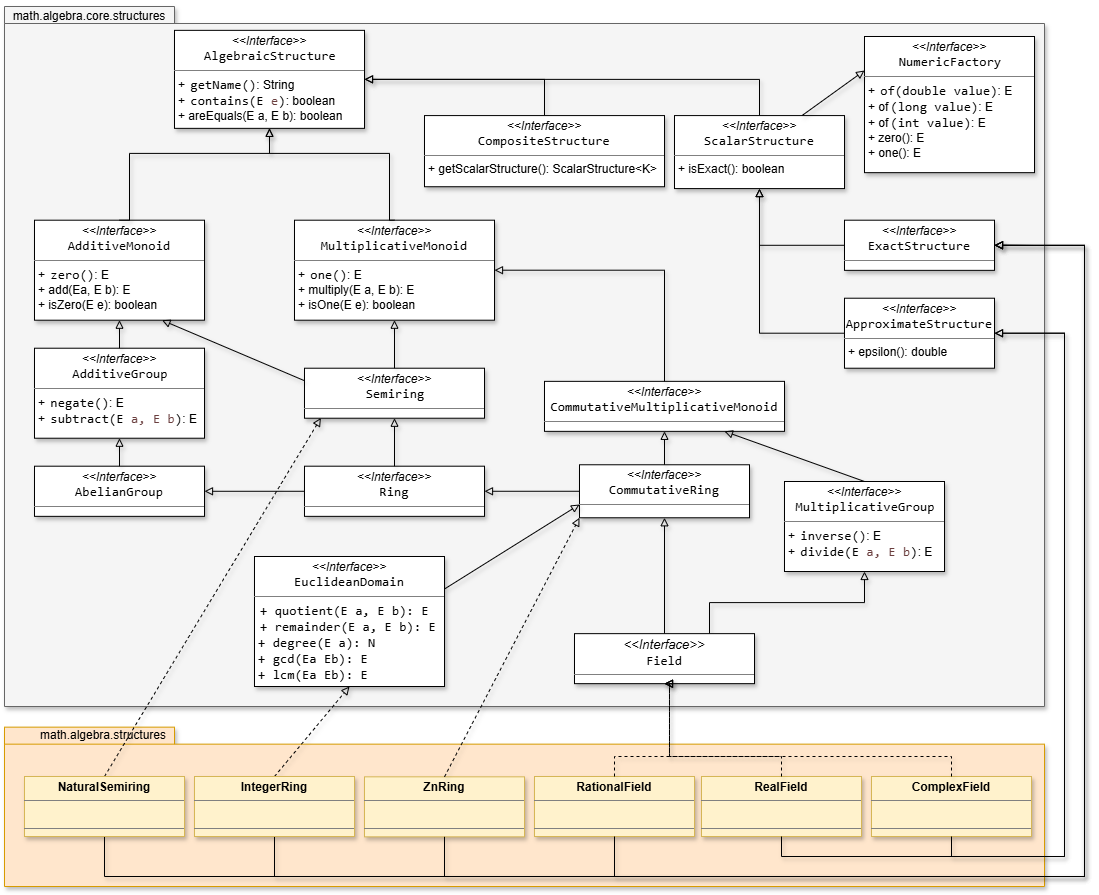
Above: resources/SMFN-algebra-structures.drawio.png in gom9000/SMFN (draw.io), before the change. Source tidied: cells renumbered, new cells last; positions are measured from the earlier drawing's top-left corner, leaving out a move shared by most shapes.
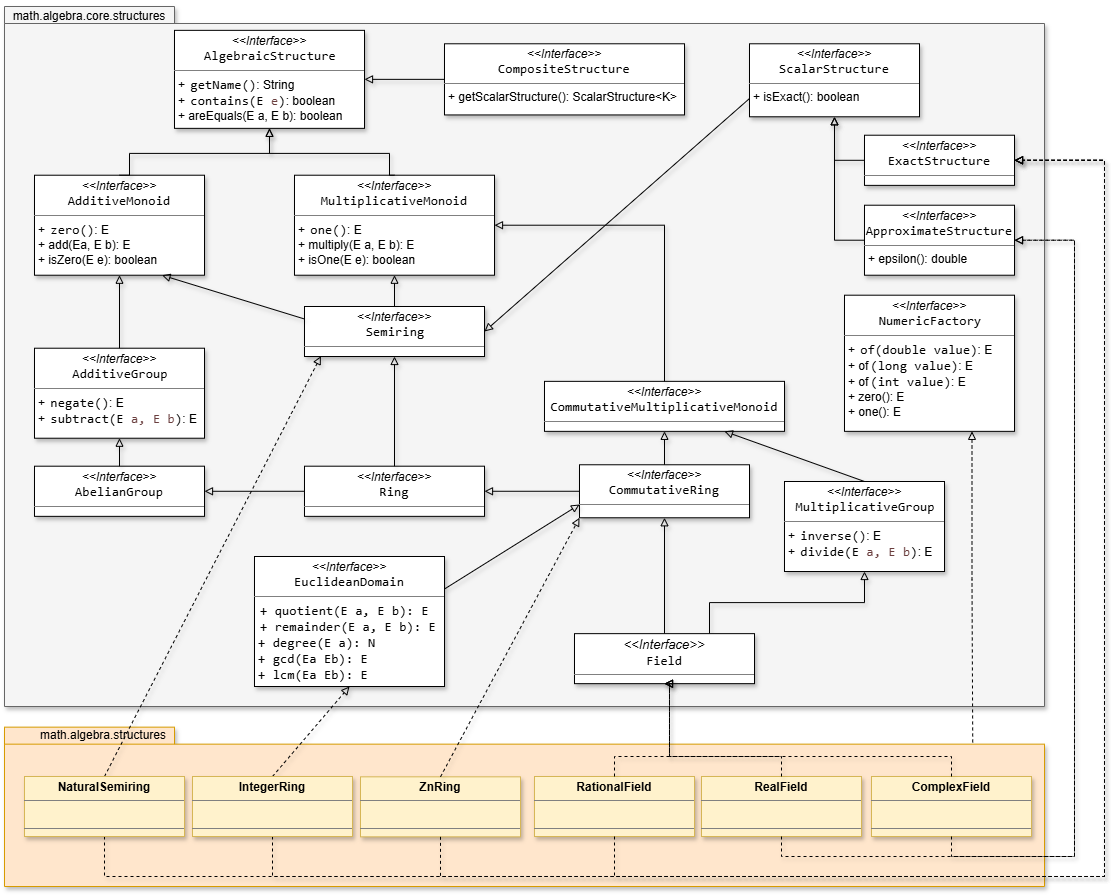
The same diagram one commit later.

The edit, as a diff of the source:
```diff
@@ -23,3 +23,3 @@
     <mxCell id="8" value="&lt;p style=&quot;margin:0px;margin-top:4px;text-align:center;&quot;&gt;&lt;b&gt;ZnRing&lt;/b&gt;&lt;/p&gt;&lt;hr size=&quot;1&quot; style=&quot;border-style:solid;&quot;&gt;&lt;p style=&quot;margin:0px;margin-left:4px;&quot;&gt;&lt;br&gt;&lt;/p&gt;&lt;hr size=&quot;1&quot; style=&quot;border-style:solid;&quot;&gt;&lt;p style=&quot;margin:0px;margin-left:4px;&quot;&gt;&lt;br&gt;&lt;/p&gt;" style="verticalAlign=top;align=left;overflow=fill;html=1;whiteSpace=wrap;fillColor=#fff2cc;strokeColor=#d6b656;labelBackgroundColor=none;shadow=1;" parent="2" vertex="1">
-      <mxGeometry x="360" y="50.3" width="160" height="60" as="geometry" />
+      <mxGeometry x="356" y="50.3" width="160" height="60" as="geometry" />
     </mxCell>
@@ -65,3 +65,3 @@
     <mxCell id="22" value="&lt;p style=&quot;margin:0px;margin-top:4px;text-align:center;&quot;&gt;&lt;i&gt;&amp;lt;&amp;lt;Interface&amp;gt;&amp;gt;&lt;/i&gt;&lt;br&gt;&lt;span style=&quot;padding: 0px 0px 0px 2px;&quot;&gt;&lt;span style=&quot;font-family: Consolas; font-size: 10pt; white-space: pre;&quot;&gt;&lt;span style=&quot;&quot;&gt;Semiring&lt;/span&gt;&lt;/span&gt;&lt;/span&gt;&lt;/p&gt;&lt;hr size=&quot;1&quot; style=&quot;border-style:solid;&quot;&gt;&lt;p style=&quot;margin:0px;margin-left:4px;&quot;&gt;&lt;/p&gt;&lt;p style=&quot;margin:0px;margin-left:4px;&quot;&gt;&lt;br&gt;&lt;/p&gt;" style="verticalAlign=top;align=left;overflow=fill;html=1;whiteSpace=wrap;labelBackgroundColor=none;shadow=1;" parent="9" vertex="1">
-      <mxGeometry x="300" y="361.7" width="180" height="50" as="geometry" />
+      <mxGeometry x="300" y="300" width="180" height="50" as="geometry" />
     </mxCell>
@@ -74,6 +74,6 @@
     <mxCell id="25" value="&lt;p style=&quot;margin:0px;margin-top:4px;text-align:center;&quot;&gt;&lt;i&gt;&amp;lt;&amp;lt;Interface&amp;gt;&amp;gt;&lt;/i&gt;&lt;br&gt;&lt;span style=&quot;font-family: Consolas; font-size: 13.3333px; white-space: pre;&quot;&gt;MultiplicativeMonoid&lt;/span&gt;&lt;/p&gt;&lt;hr size=&quot;1&quot; style=&quot;border-style:solid;&quot;&gt;&lt;p style=&quot;margin:0px;margin-left:4px;&quot;&gt;&lt;/p&gt;&lt;p style=&quot;margin:0px;margin-left:4px;&quot;&gt;+&amp;nbsp;&lt;span style=&quot;padding: 0px 0px 0px 2px;&quot;&gt;&lt;span style=&quot;font-family: Consolas; font-size: 10pt; white-space: pre;&quot;&gt;&lt;span style=&quot;&quot;&gt;one&lt;/span&gt;()&lt;/span&gt;&lt;/span&gt;: E&lt;/p&gt;&lt;p style=&quot;margin:0px;margin-left:4px;&quot;&gt;+ multiply(E a, E b): E&lt;/p&gt;&lt;p style=&quot;margin:0px;margin-left:4px;&quot;&gt;+ isOne(E e): boolean&lt;/p&gt;" style="verticalAlign=top;align=left;overflow=fill;html=1;whiteSpace=wrap;labelBackgroundColor=none;shadow=1;" parent="9" vertex="1">
-      <mxGeometry x="290" y="213.7" width="200" height="100" as="geometry" />
+      <mxGeometry x="290" y="168.7" width="200" height="100" as="geometry" />
     </mxCell>
     <mxCell id="26" value="&lt;p style=&quot;margin:0px;margin-top:4px;text-align:center;&quot;&gt;&lt;i&gt;&amp;lt;&amp;lt;Interface&amp;gt;&amp;gt;&lt;/i&gt;&lt;br&gt;&lt;span style=&quot;font-family: Consolas; font-size: 13.3333px; white-space: pre;&quot;&gt;AdditiveMonoid&lt;/span&gt;&lt;/p&gt;&lt;hr size=&quot;1&quot; style=&quot;border-style:solid;&quot;&gt;&lt;p style=&quot;margin:0px;margin-left:4px;&quot;&gt;&lt;/p&gt;&lt;p style=&quot;margin:0px;margin-left:4px;&quot;&gt;+&amp;nbsp;&lt;span style=&quot;padding: 0px 0px 0px 2px;&quot;&gt;&lt;span style=&quot;font-family: Consolas; font-size: 10pt; white-space: pre;&quot;&gt;&lt;span style=&quot;&quot;&gt;zero&lt;/span&gt;()&lt;/span&gt;&lt;/span&gt;: E&lt;/p&gt;&lt;p style=&quot;margin:0px;margin-left:4px;&quot;&gt;+ add(Ea, E b): E&lt;/p&gt;&lt;p style=&quot;margin:0px;margin-left:4px;&quot;&gt;+ isZero(E e): boolean&lt;/p&gt;" style="verticalAlign=top;align=left;overflow=fill;html=1;whiteSpace=wrap;labelBackgroundColor=none;shadow=1;" parent="9" vertex="1">
-      <mxGeometry x="30" y="213.7" width="170" height="100" as="geometry" />
+      <mxGeometry x="30" y="168.7" width="170" height="100" as="geometry" />
     </mxCell>
@@ -125,8 +125,14 @@
     </mxCell>
-    <mxCell id="39" style="edgeStyle=orthogonalEdgeStyle;rounded=0;jettySize=auto;html=1;exitX=0.5;exitY=0;exitDx=0;exitDy=0;entryX=1;entryY=0.5;entryDx=0;entryDy=0;shadow=1;strokeColor=default;align=center;verticalAlign=middle;fontFamily=Helvetica;fontSize=11;fontColor=default;labelBackgroundColor=default;endArrow=block;endFill=0;" parent="9" edge="1" source="40" target="31">
-      <mxGeometry relative="1" as="geometry" />
-    </mxCell>
+    <mxCell id="63" style="rounded=0;jettySize=auto;html=1;exitX=0;exitY=0.75;exitDx=0;exitDy=0;entryX=1;entryY=0.5;entryDx=0;entryDy=0;shadow=1;strokeColor=default;align=center;verticalAlign=middle;fontFamily=Helvetica;fontSize=11;fontColor=default;labelBackgroundColor=default;endArrow=block;endFill=0;" parent="9" edge="1" source="40" target="22">
+      <mxGeometry relative="1" as="geometry" />
+    </mxCell>
     <mxCell id="40" value="&lt;p style=&quot;margin:0px;margin-top:4px;text-align:center;&quot;&gt;&lt;i&gt;&amp;lt;&amp;lt;Interface&amp;gt;&amp;gt;&lt;/i&gt;&lt;br&gt;&lt;span style=&quot;font-family: Consolas; font-size: 13.3333px; white-space: pre;&quot;&gt;ScalarStructure&lt;/span&gt;&lt;/p&gt;&lt;hr size=&quot;1&quot; style=&quot;border-style:solid;&quot;&gt;&lt;p style=&quot;margin:0px;margin-left:4px;&quot;&gt;&lt;/p&gt;&lt;p style=&quot;margin:0px;margin-left:4px;&quot;&gt;+ isExact(): boolean&lt;/p&gt;" style="verticalAlign=top;align=left;overflow=fill;html=1;whiteSpace=wrap;labelBackgroundColor=none;shadow=1;" parent="9" vertex="1">
-      <mxGeometry x="670" y="109.1" width="170" height="73" as="geometry" />
+      <mxGeometry x="745" y="37.3" width="170" height="73" as="geometry" />
     </mxCell>
+    <mxCell id="45" style="edgeStyle=orthogonalEdgeStyle;rounded=0;jettySize=auto;html=1;exitX=0;exitY=0.5;exitDx=0;exitDy=0;entryX=1;entryY=0.5;entryDx=0;entryDy=0;shadow=1;strokeColor=default;align=center;verticalAlign=middle;fontFamily=Helvetica;fontSize=11;fontColor=default;labelBackgroundColor=default;endArrow=block;endFill=0;" parent="9" edge="1" source="46" target="31">
+      <mxGeometry relative="1" as="geometry" />
+    </mxCell>
+    <mxCell id="46" value="&lt;p style=&quot;margin:0px;margin-top:4px;text-align:center;&quot;&gt;&lt;i&gt;&amp;lt;&amp;lt;Interface&amp;gt;&amp;gt;&lt;/i&gt;&lt;br&gt;&lt;span style=&quot;font-family: Consolas; font-size: 13.3333px; white-space: pre;&quot;&gt;CompositeStructure&lt;/span&gt;&lt;/p&gt;&lt;hr size=&quot;1&quot; style=&quot;border-style:solid;&quot;&gt;&lt;p style=&quot;margin:0px;margin-left:4px;&quot;&gt;&lt;/p&gt;&lt;p style=&quot;margin:0px;margin-left:4px;&quot;&gt;+ getScalarStructure(): ScalarStructure&amp;lt;K&amp;gt;&lt;/p&gt;" style="verticalAlign=top;align=left;overflow=fill;html=1;whiteSpace=wrap;labelBackgroundColor=none;shadow=1;" parent="9" vertex="1">
+      <mxGeometry x="440" y="37.3" width="240" height="71.2" as="geometry" />
+    </mxCell>
     <mxCell id="41" style="edgeStyle=orthogonalEdgeStyle;rounded=0;jettySize=auto;html=1;exitX=0;exitY=0.5;exitDx=0;exitDy=0;entryX=0.5;entryY=1;entryDx=0;entryDy=0;shadow=1;strokeColor=default;align=center;verticalAlign=middle;fontFamily=Helvetica;fontSize=11;fontColor=default;labelBackgroundColor=default;endArrow=block;endFill=0;" parent="9" edge="1" source="42" target="40">
@@ -135,3 +141,3 @@
     <mxCell id="42" value="&lt;p style=&quot;margin:0px;margin-top:4px;text-align:center;&quot;&gt;&lt;i&gt;&amp;lt;&amp;lt;Interface&amp;gt;&amp;gt;&lt;/i&gt;&lt;br&gt;&lt;span style=&quot;font-family: Consolas; font-size: 13.3333px; white-space: pre;&quot;&gt;ApproximateStructure&lt;/span&gt;&lt;/p&gt;&lt;hr size=&quot;1&quot; style=&quot;border-style:solid;&quot;&gt;&lt;p style=&quot;margin:0px;margin-left:4px;&quot;&gt;&lt;/p&gt;&lt;p style=&quot;margin:0px;margin-left:4px;&quot;&gt;+ epsilon(): double&lt;/p&gt;" style="verticalAlign=top;align=left;overflow=fill;html=1;whiteSpace=wrap;labelBackgroundColor=none;shadow=1;" parent="9" vertex="1">
-      <mxGeometry x="840" y="291.7" width="150" height="70" as="geometry" />
+      <mxGeometry x="860" y="198.7" width="150" height="70" as="geometry" />
     </mxCell>
@@ -141,16 +147,7 @@
     <mxCell id="44" value="&lt;p style=&quot;margin:0px;margin-top:4px;text-align:center;&quot;&gt;&lt;i&gt;&amp;lt;&amp;lt;Interface&amp;gt;&amp;gt;&lt;/i&gt;&lt;br&gt;&lt;span style=&quot;font-family: Consolas; font-size: 13.3333px; white-space: pre;&quot;&gt;ExactStructure&lt;/span&gt;&lt;/p&gt;&lt;hr size=&quot;1&quot; style=&quot;border-style:solid;&quot;&gt;&lt;p style=&quot;margin:0px;margin-left:4px;&quot;&gt;&lt;/p&gt;&lt;p style=&quot;margin:0px;margin-left:4px;&quot;&gt;&lt;br&gt;&lt;/p&gt;" style="verticalAlign=top;align=left;overflow=fill;html=1;whiteSpace=wrap;labelBackgroundColor=none;shadow=1;" parent="9" vertex="1">
-      <mxGeometry x="840" y="213.7" width="150" height="50.1" as="geometry" />
+      <mxGeometry x="860" y="128.7" width="150" height="50.1" as="geometry" />
     </mxCell>
-    <mxCell id="45" style="edgeStyle=orthogonalEdgeStyle;rounded=0;jettySize=auto;html=1;exitX=0.5;exitY=0;exitDx=0;exitDy=0;entryX=1;entryY=0.5;entryDx=0;entryDy=0;shadow=1;strokeColor=default;align=center;verticalAlign=middle;fontFamily=Helvetica;fontSize=11;fontColor=default;labelBackgroundColor=default;endArrow=block;endFill=0;" parent="9" edge="1" source="46" target="31">
-      <mxGeometry relative="1" as="geometry" />
-    </mxCell>
-    <mxCell id="46" value="&lt;p style=&quot;margin:0px;margin-top:4px;text-align:center;&quot;&gt;&lt;i&gt;&amp;lt;&amp;lt;Interface&amp;gt;&amp;gt;&lt;/i&gt;&lt;br&gt;&lt;span style=&quot;font-family: Consolas; font-size: 13.3333px; white-space: pre;&quot;&gt;CompositeStructure&lt;/span&gt;&lt;/p&gt;&lt;hr size=&quot;1&quot; style=&quot;border-style:solid;&quot;&gt;&lt;p style=&quot;margin:0px;margin-left:4px;&quot;&gt;&lt;/p&gt;&lt;p style=&quot;margin:0px;margin-left:4px;&quot;&gt;+ getScalarStructure(): ScalarStructure&amp;lt;K&amp;gt;&lt;/p&gt;" style="verticalAlign=top;align=left;overflow=fill;html=1;whiteSpace=wrap;labelBackgroundColor=none;shadow=1;" parent="9" vertex="1">
-      <mxGeometry x="420" y="109.1" width="240" height="71.2" as="geometry" />
-    </mxCell>
     <mxCell id="47" value="&lt;p style=&quot;margin:0px;margin-top:4px;text-align:center;&quot;&gt;&lt;i&gt;&amp;lt;&amp;lt;Interface&amp;gt;&amp;gt;&lt;/i&gt;&lt;br&gt;&lt;span style=&quot;padding: 0px 0px 0px 2px;&quot;&gt;&lt;span style=&quot;font-family: Consolas; font-size: 10pt; white-space: pre;&quot;&gt;&lt;span style=&quot;&quot;&gt;NumericFactory&lt;/span&gt;&lt;/span&gt;&lt;/span&gt;&lt;/p&gt;&lt;hr size=&quot;1&quot; style=&quot;border-style:solid;&quot;&gt;&lt;p style=&quot;margin:0px;margin-left:4px;&quot;&gt;&lt;/p&gt;&lt;p style=&quot;margin:0px;margin-left:4px;&quot;&gt;&lt;span style=&quot;background-color: transparent; color: light-dark(rgb(0, 0, 0), rgb(255, 255, 255));&quot;&gt;+&amp;nbsp;&lt;/span&gt;&lt;span style=&quot;background-color: transparent; color: light-dark(rgb(0, 0, 0), rgb(255, 255, 255)); padding: 0px 0px 0px 2px;&quot;&gt;&lt;span style=&quot;font-family: Consolas; font-size: 10pt; white-space: pre;&quot;&gt;of(double value)&lt;/span&gt;&lt;/span&gt;&lt;span style=&quot;background-color: transparent; color: light-dark(rgb(0, 0, 0), rgb(255, 255, 255));&quot;&gt;: E&lt;/span&gt;&lt;/p&gt;&lt;p style=&quot;margin:0px;margin-left:4px;&quot;&gt;+ of&lt;span style=&quot;padding: 0px 0px 0px 2px;&quot;&gt;&lt;span style=&quot;font-family: Consolas; font-size: 10pt; white-space: pre;&quot;&gt;(long value)&lt;/span&gt;&lt;/span&gt;: E&lt;/p&gt;&lt;p style=&quot;margin:0px;margin-left:4px;&quot;&gt;+ of&lt;span style=&quot;padding: 0px 0px 0px 2px;&quot;&gt;&lt;span style=&quot;font-family: Consolas; font-size: 10pt; white-space: pre;&quot;&gt;(int value)&lt;/span&gt;&lt;/span&gt;: E&lt;/p&gt;&lt;p style=&quot;margin:0px;margin-left:4px;&quot;&gt;+ zero(): E&lt;/p&gt;&lt;p style=&quot;margin:0px;margin-left:4px;&quot;&gt;+ one(): E&lt;/p&gt;" style="verticalAlign=top;align=left;overflow=fill;html=1;whiteSpace=wrap;labelBackgroundColor=none;shadow=1;" parent="9" vertex="1">
-      <mxGeometry x="860" y="30" width="170" height="136.2" as="geometry" />
+      <mxGeometry x="840" y="288.7" width="170" height="136.2" as="geometry" />
     </mxCell>
-    <mxCell id="48" style="rounded=0;jettySize=auto;html=1;exitX=0.75;exitY=0;exitDx=0;exitDy=0;entryX=0;entryY=0.25;entryDx=0;entryDy=0;shadow=1;strokeColor=default;align=center;verticalAlign=middle;fontFamily=Helvetica;fontSize=11;fontColor=default;labelBackgroundColor=default;endArrow=block;endFill=0;" parent="9" edge="1" source="40" target="47">
-      <mxGeometry relative="1" as="geometry" />
-    </mxCell>
     <mxCell id="49" style="edgeStyle=orthogonalEdgeStyle;rounded=0;jettySize=auto;html=1;exitX=0.5;exitY=0;exitDx=0;exitDy=0;entryX=0.5;entryY=1;entryDx=0;entryDy=0;dashed=1;strokeColor=default;align=center;verticalAlign=middle;fontFamily=Helvetica;fontSize=11;fontColor=default;labelBackgroundColor=default;endArrow=block;endFill=0;shadow=1;" parent="1" edge="1" source="5" target="17">
@@ -166,3 +163,3 @@
     </mxCell>
-    <mxCell id="51" style="edgeStyle=orthogonalEdgeStyle;rounded=0;jettySize=auto;html=1;exitX=0.5;exitY=1;exitDx=0;exitDy=0;entryX=1;entryY=0.5;entryDx=0;entryDy=0;shadow=1;strokeColor=default;align=center;verticalAlign=middle;fontFamily=Helvetica;fontSize=11;fontColor=default;labelBackgroundColor=default;endArrow=block;endFill=0;" parent="1" edge="1" source="52" target="44">
+    <mxCell id="51" style="edgeStyle=orthogonalEdgeStyle;rounded=0;jettySize=auto;html=1;exitX=0.5;exitY=1;exitDx=0;exitDy=0;entryX=1;entryY=0.5;entryDx=0;entryDy=0;shadow=1;dashed=1;strokeColor=default;align=center;verticalAlign=middle;fontFamily=Helvetica;fontSize=11;fontColor=default;labelBackgroundColor=default;endArrow=block;endFill=0;" parent="1" edge="1" source="52" target="44">
       <mxGeometry relative="1" as="geometry">
@@ -170,5 +167,4 @@
           <mxPoint x="100" y="873" />
-          <mxPoint x="1080" y="873" />
-          <mxPoint x="1080" y="242" />
-          <mxPoint x="1030" y="242" />
+          <mxPoint x="1100" y="873" />
+          <mxPoint x="1100" y="157" />
         </Array>
@@ -190,3 +186,3 @@
     </mxCell>
-    <mxCell id="55" style="edgeStyle=orthogonalEdgeStyle;rounded=0;jettySize=auto;html=1;exitX=0.5;exitY=1;exitDx=0;exitDy=0;entryX=1;entryY=0.5;entryDx=0;entryDy=0;shadow=1;strokeColor=default;align=center;verticalAlign=middle;fontFamily=Helvetica;fontSize=11;fontColor=default;labelBackgroundColor=default;endArrow=block;endFill=0;" parent="1" edge="1" source="56" target="44">
+    <mxCell id="55" style="edgeStyle=orthogonalEdgeStyle;rounded=0;jettySize=auto;html=1;exitX=0.5;exitY=1;exitDx=0;exitDy=0;entryX=1;entryY=0.5;entryDx=0;entryDy=0;shadow=1;dashed=1;strokeColor=default;align=center;verticalAlign=middle;fontFamily=Helvetica;fontSize=11;fontColor=default;labelBackgroundColor=default;endArrow=block;endFill=0;" parent="1" edge="1" source="56" target="44">
       <mxGeometry relative="1" as="geometry">
@@ -194,4 +190,4 @@
           <mxPoint x="270" y="873" />
-          <mxPoint x="1080" y="873" />
-          <mxPoint x="1080" y="242" />
+          <mxPoint x="1100" y="873" />
+          <mxPoint x="1100" y="208" />
         </Array>
@@ -200,3 +196,3 @@
     <mxCell id="56" value="&lt;p style=&quot;margin:0px;margin-top:4px;text-align:center;&quot;&gt;&lt;b&gt;IntegerRing&lt;/b&gt;&lt;/p&gt;&lt;hr size=&quot;1&quot; style=&quot;border-style:solid;&quot;&gt;&lt;p style=&quot;margin:0px;margin-left:4px;&quot;&gt;&lt;br&gt;&lt;/p&gt;&lt;hr size=&quot;1&quot; style=&quot;border-style:solid;&quot;&gt;&lt;p style=&quot;margin:0px;margin-left:4px;&quot;&gt;&lt;br&gt;&lt;/p&gt;" style="verticalAlign=top;align=left;overflow=fill;html=1;whiteSpace=wrap;fillColor=#fff2cc;strokeColor=#d6b656;labelBackgroundColor=none;shadow=1;" parent="1" vertex="1">
-      <mxGeometry x="190" y="773" width="160" height="60" as="geometry" />
+      <mxGeometry x="188" y="773" width="160" height="60" as="geometry" />
     </mxCell>
@@ -213,3 +209,3 @@
     </mxCell>
-    <mxCell id="59" style="edgeStyle=orthogonalEdgeStyle;rounded=0;jettySize=auto;html=1;exitX=0.5;exitY=1;exitDx=0;exitDy=0;entryX=1;entryY=0.5;entryDx=0;entryDy=0;shadow=1;strokeColor=default;align=center;verticalAlign=middle;fontFamily=Helvetica;fontSize=11;fontColor=default;labelBackgroundColor=default;endArrow=block;endFill=0;" parent="1" edge="1" source="7" target="42">
+    <mxCell id="59" style="edgeStyle=orthogonalEdgeStyle;rounded=0;jettySize=auto;html=1;exitX=0.5;exitY=1;exitDx=0;exitDy=0;entryX=1;entryY=0.5;entryDx=0;entryDy=0;shadow=1;strokeColor=default;align=center;verticalAlign=middle;fontFamily=Helvetica;fontSize=11;fontColor=default;labelBackgroundColor=default;endArrow=block;endFill=0;dashed=1;" parent="1" edge="1" source="7" target="42">
       <mxGeometry relative="1" as="geometry">
@@ -217,4 +213,4 @@
           <mxPoint x="947" y="853" />
-          <mxPoint x="1060" y="853" />
-          <mxPoint x="1060" y="330" />
+          <mxPoint x="1070" y="853" />
+          <mxPoint x="1070" y="237" />
         </Array>
@@ -222,3 +218,3 @@
     </mxCell>
-    <mxCell id="60" style="edgeStyle=orthogonalEdgeStyle;rounded=0;jettySize=auto;html=1;exitX=0.5;exitY=1;exitDx=0;exitDy=0;entryX=1;entryY=0.5;entryDx=0;entryDy=0;shadow=1;strokeColor=default;align=center;verticalAlign=middle;fontFamily=Helvetica;fontSize=11;fontColor=default;labelBackgroundColor=default;endArrow=block;endFill=0;" parent="1" edge="1" source="5" target="42">
+    <mxCell id="60" style="edgeStyle=orthogonalEdgeStyle;rounded=0;jettySize=auto;html=1;exitX=0.5;exitY=1;exitDx=0;exitDy=0;entryX=1;entryY=0.5;entryDx=0;entryDy=0;shadow=1;dashed=1;strokeColor=default;align=center;verticalAlign=middle;fontFamily=Helvetica;fontSize=11;fontColor=default;labelBackgroundColor=default;endArrow=block;endFill=0;" parent="1" edge="1" source="5" target="42">
       <mxGeometry relative="1" as="geometry">
@@ -226,4 +222,4 @@
           <mxPoint x="777" y="853" />
-          <mxPoint x="1060" y="853" />
-          <mxPoint x="1060" y="330" />
+          <mxPoint x="1070" y="853" />
+          <mxPoint x="1070" y="237" />
         </Array>
@@ -231,3 +227,3 @@
     </mxCell>
-    <mxCell id="61" style="edgeStyle=orthogonalEdgeStyle;rounded=0;jettySize=auto;html=1;exitX=0.5;exitY=1;exitDx=0;exitDy=0;entryX=1;entryY=0.5;entryDx=0;entryDy=0;shadow=1;strokeColor=default;align=center;verticalAlign=middle;fontFamily=Helvetica;fontSize=11;fontColor=default;labelBackgroundColor=default;endArrow=block;endFill=0;" parent="1" edge="1" source="6" target="44">
+    <mxCell id="61" style="edgeStyle=orthogonalEdgeStyle;rounded=0;jettySize=auto;html=1;exitX=0.5;exitY=1;exitDx=0;exitDy=0;entryX=1;entryY=0.5;entryDx=0;entryDy=0;shadow=1;dashed=1;strokeColor=default;align=center;verticalAlign=middle;fontFamily=Helvetica;fontSize=11;fontColor=default;labelBackgroundColor=default;endArrow=block;endFill=0;" parent="1" edge="1" source="6" target="44">
       <mxGeometry relative="1" as="geometry">
@@ -235,5 +231,4 @@
           <mxPoint x="610" y="873" />
-          <mxPoint x="1080" y="873" />
-          <mxPoint x="1080" y="242" />
-          <mxPoint x="1030" y="242" />
+          <mxPoint x="1100" y="873" />
+          <mxPoint x="1100" y="157" />
         </Array>
@@ -241,3 +236,3 @@
     </mxCell>
-    <mxCell id="62" style="edgeStyle=orthogonalEdgeStyle;rounded=0;jettySize=auto;html=1;exitX=0.5;exitY=1;exitDx=0;exitDy=0;entryX=1;entryY=0.5;entryDx=0;entryDy=0;shadow=1;strokeColor=default;align=center;verticalAlign=middle;fontFamily=Helvetica;fontSize=11;fontColor=default;labelBackgroundColor=default;endArrow=block;endFill=0;" parent="1" edge="1" source="8" target="44">
+    <mxCell id="62" style="edgeStyle=orthogonalEdgeStyle;rounded=0;jettySize=auto;html=1;exitX=0.5;exitY=1;exitDx=0;exitDy=0;entryX=1;entryY=0.5;entryDx=0;entryDy=0;shadow=1;dashed=1;strokeColor=default;align=center;verticalAlign=middle;fontFamily=Helvetica;fontSize=11;fontColor=default;labelBackgroundColor=default;endArrow=block;endFill=0;" parent="1" edge="1" source="8" target="44">
       <mxGeometry relative="1" as="geometry">
@@ -245,4 +240,4 @@
           <mxPoint x="440" y="873" />
-          <mxPoint x="1080" y="873" />
-          <mxPoint x="1080" y="242" />
+          <mxPoint x="1100" y="873" />
+          <mxPoint x="1100" y="208" />
         </Array>
@@ -250,2 +245,5 @@
     </mxCell>
+    <mxCell id="64" style="edgeStyle=orthogonalEdgeStyle;rounded=0;jettySize=auto;html=1;exitX=0.75;exitY=1;exitDx=0;exitDy=0;entryX=0.931;entryY=0.105;entryDx=0;entryDy=0;entryPerimeter=0;endArrow=none;endFill=0;startArrow=block;startFill=0;dashed=1;" parent="1" edge="1" source="47" target="3">
+      <mxGeometry relative="1" as="geometry" />
+    </mxCell>
   </root>
```
